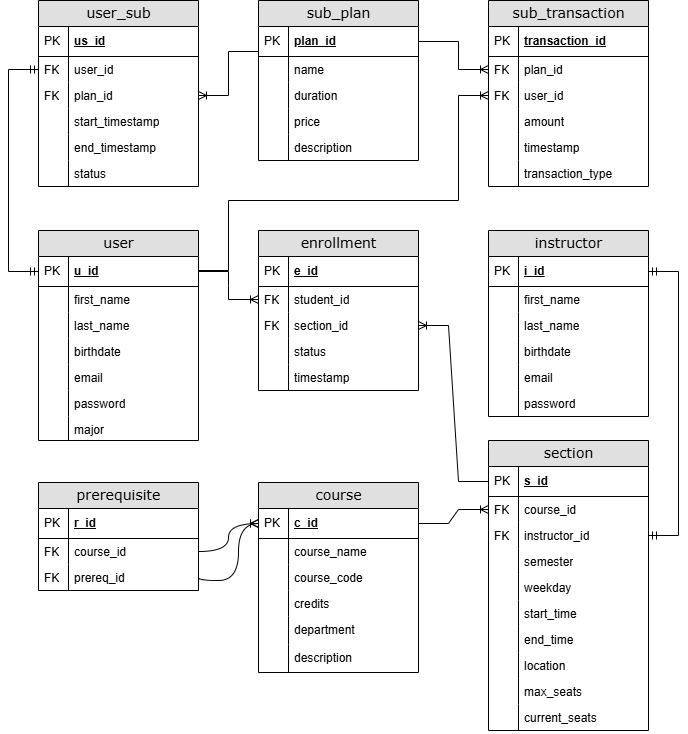
datasheng/csc336-teamproject-repo-five-guys keeps this draw.io diagram as diagrams/uml.png. Above is the earlier version. Source tidied: cells renumbered, new cells last; positions are measured from the earlier drawing's top-left corner, leaving out a move shared by most shapes.
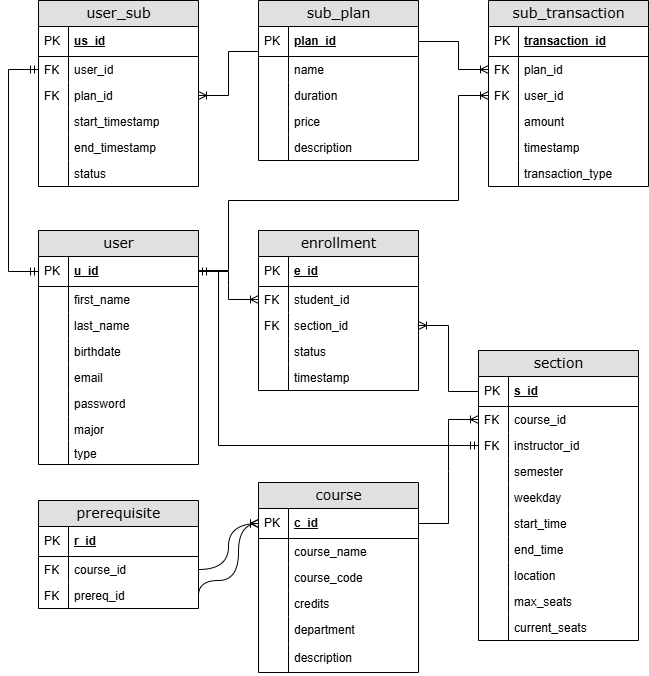
Above is the later version.

Diff of the diagram source:
```diff
@@ -3,7 +3,7 @@
     <mxCell id="0" />
     <mxCell id="1" parent="0" />
     <mxCell id="2" value="user" style="swimlane;html=1;fontStyle=0;horizontal=1;startSize=26;fillColor=#e0e0e0;swimlaneFillColor=#ffffff;align=center;rounded=0;shadow=0;comic=0;labelBackgroundColor=none;strokeWidth=1;fontFamily=Verdana;fontSize=14;" parent="1" vertex="1">
-      <mxGeometry x="30" y="230" width="160" height="210" as="geometry" />
+      <mxGeometry x="30" y="230" width="160" height="234" as="geometry" />
     </mxCell>
     <mxCell id="3" value="u_id" style="shape=partialRectangle;top=0;left=0;right=0;bottom=1;html=1;align=left;verticalAlign=middle;fillColor=none;spacingLeft=34;spacingRight=4;whiteSpace=wrap;overflow=hidden;points=[[0,0.5],[1,0.5]];portConstraint=eastwest;fontStyle=5;" parent="2" vertex="1">
       <mxGeometry y="26" width="160" height="30" as="geometry" />
@@ -47,47 +47,14 @@
     <mxCell id="16" style="shape=partialRectangle;top=0;left=0;bottom=0;html=1;fillColor=none;align=left;verticalAlign=top;spacingLeft=4;spacingRight=4;whiteSpace=wrap;overflow=hidden;" parent="15" vertex="1">
       <mxGeometry width="30" height="24" as="geometry" />
     </mxCell>
-    <mxCell id="17" value="instructor" style="swimlane;html=1;fontStyle=0;horizontal=1;startSize=26;fillColor=#e0e0e0;swimlaneFillColor=#ffffff;align=center;rounded=0;shadow=0;comic=0;labelBackgroundColor=none;strokeWidth=1;fontFamily=Verdana;fontSize=14;" parent="1" vertex="1">
-      <mxGeometry x="480" y="230" width="160" height="186" as="geometry" />
-    </mxCell>
-    <mxCell id="18" value="i_id" style="shape=partialRectangle;top=0;left=0;right=0;bottom=1;html=1;align=left;verticalAlign=middle;fillColor=none;spacingLeft=34;spacingRight=4;whiteSpace=wrap;overflow=hidden;points=[[0,0.5],[1,0.5]];portConstraint=eastwest;fontStyle=5;" parent="17" vertex="1">
-      <mxGeometry y="26" width="160" height="30" as="geometry" />
-    </mxCell>
-    <mxCell id="19" value="PK" style="shape=partialRectangle;top=0;left=0;bottom=0;html=1;fillColor=none;align=left;verticalAlign=middle;spacingLeft=4;spacingRight=4;whiteSpace=wrap;overflow=hidden;" parent="18" vertex="1">
-      <mxGeometry width="30" height="30" as="geometry" />
-    </mxCell>
-    <mxCell id="20" value="first_name" style="shape=partialRectangle;top=0;left=0;right=0;bottom=0;html=1;align=left;verticalAlign=top;fillColor=none;spacingLeft=34;spacingRight=4;whiteSpace=wrap;overflow=hidden;" parent="17" vertex="1">
-      <mxGeometry y="56" width="160" height="26" as="geometry" />
-    </mxCell>
-    <mxCell id="21" style="shape=partialRectangle;top=0;left=0;bottom=0;html=1;fillColor=none;align=left;verticalAlign=top;spacingLeft=4;spacingRight=4;whiteSpace=wrap;overflow=hidden;" parent="20" vertex="1">
-      <mxGeometry width="30" height="26" as="geometry" />
-    </mxCell>
-    <mxCell id="22" value="last_name" style="shape=partialRectangle;top=0;left=0;right=0;bottom=0;html=1;align=left;verticalAlign=top;fillColor=none;spacingLeft=34;spacingRight=4;whiteSpace=wrap;overflow=hidden;" parent="17" vertex="1">
-      <mxGeometry y="82" width="160" height="26" as="geometry" />
-    </mxCell>
-    <mxCell id="23" style="shape=partialRectangle;top=0;left=0;bottom=0;html=1;fillColor=none;align=left;verticalAlign=top;spacingLeft=4;spacingRight=4;whiteSpace=wrap;overflow=hidden;" parent="22" vertex="1">
-      <mxGeometry width="30" height="26" as="geometry" />
-    </mxCell>
-    <mxCell id="24" value="birthdate" style="shape=partialRectangle;top=0;left=0;right=0;bottom=0;html=1;align=left;verticalAlign=top;fillColor=none;spacingLeft=34;spacingRight=4;whiteSpace=wrap;overflow=hidden;" parent="17" vertex="1">
-      <mxGeometry y="108" width="160" height="26" as="geometry" />
-    </mxCell>
-    <mxCell id="25" style="shape=partialRectangle;top=0;left=0;bottom=0;html=1;fillColor=none;align=left;verticalAlign=top;spacingLeft=4;spacingRight=4;whiteSpace=wrap;overflow=hidden;" parent="24" vertex="1">
-      <mxGeometry width="30" height="26" as="geometry" />
-    </mxCell>
-    <mxCell id="26" value="email" style="shape=partialRectangle;top=0;left=0;right=0;bottom=0;html=1;align=left;verticalAlign=top;fillColor=none;spacingLeft=34;spacingRight=4;whiteSpace=wrap;overflow=hidden;" parent="17" vertex="1">
-      <mxGeometry y="134" width="160" height="26" as="geometry" />
-    </mxCell>
-    <mxCell id="27" style="shape=partialRectangle;top=0;left=0;bottom=0;html=1;fillColor=none;align=left;verticalAlign=top;spacingLeft=4;spacingRight=4;whiteSpace=wrap;overflow=hidden;" parent="26" vertex="1">
-      <mxGeometry width="30" height="26" as="geometry" />
-    </mxCell>
-    <mxCell id="28" value="password" style="shape=partialRectangle;top=0;left=0;right=0;bottom=0;html=1;align=left;verticalAlign=top;fillColor=none;spacingLeft=34;spacingRight=4;whiteSpace=wrap;overflow=hidden;" parent="17" vertex="1">
-      <mxGeometry y="160" width="160" height="26" as="geometry" />
-    </mxCell>
-    <mxCell id="29" style="shape=partialRectangle;top=0;left=0;bottom=0;html=1;fillColor=none;align=left;verticalAlign=top;spacingLeft=4;spacingRight=4;whiteSpace=wrap;overflow=hidden;" parent="28" vertex="1">
-      <mxGeometry width="30" height="26" as="geometry" />
-    </mxCell>
+    <mxCell id="129" value="type" style="shape=partialRectangle;top=0;left=0;right=0;bottom=0;html=1;align=left;verticalAlign=top;fillColor=none;spacingLeft=34;spacingRight=4;whiteSpace=wrap;overflow=hidden;" parent="2" vertex="1">
+      <mxGeometry y="210" width="160" height="24" as="geometry" />
+    </mxCell>
+    <mxCell id="130" style="shape=partialRectangle;top=0;left=0;bottom=0;html=1;fillColor=none;align=left;verticalAlign=top;spacingLeft=4;spacingRight=4;whiteSpace=wrap;overflow=hidden;" parent="129" vertex="1">
+      <mxGeometry width="30" height="24" as="geometry" />
+    </mxCell>
     <mxCell id="30" value="section" style="swimlane;html=1;fontStyle=0;horizontal=1;startSize=26;fillColor=#e0e0e0;swimlaneFillColor=#ffffff;align=center;rounded=0;shadow=0;comic=0;labelBackgroundColor=none;strokeWidth=1;fontFamily=Verdana;fontSize=14;" parent="1" vertex="1">
-      <mxGeometry x="480" y="440" width="160" height="290" as="geometry" />
+      <mxGeometry x="470" y="350" width="160" height="290" as="geometry" />
     </mxCell>
     <mxCell id="31" value="s_id" style="shape=partialRectangle;top=0;left=0;right=0;bottom=1;html=1;align=left;verticalAlign=middle;fillColor=none;spacingLeft=34;spacingRight=4;whiteSpace=wrap;overflow=hidden;points=[[0,0.5],[1,0.5]];portConstraint=eastwest;fontStyle=5;" parent="30" vertex="1">
       <mxGeometry y="26" width="160" height="30" as="geometry" />
@@ -233,13 +200,14 @@
       <mxGeometry width="30" height="28" as="geometry" />
     </mxCell>
     <mxCell id="77" style="edgeStyle=entityRelationEdgeStyle;fontSize=12;html=1;endArrow=ERoneToMany;rounded=0;exitX=1;exitY=0.5;exitDx=0;exitDy=0;entryX=0;entryY=0.5;entryDx=0;entryDy=0;" parent="1" edge="1" source="65" target="33">
-      <mxGeometry relative="1" as="geometry" />
+      <mxGeometry relative="1" as="geometry">
+        <Array as="points">
+          <mxPoint x="440" y="480" />
+        </Array>
+      </mxGeometry>
     </mxCell>
-    <mxCell id="78" style="edgeStyle=entityRelationEdgeStyle;fontSize=12;html=1;endArrow=ERmandOne;startArrow=ERmandOne;rounded=0;exitX=1;exitY=0.5;exitDx=0;exitDy=0;entryX=1;entryY=0.5;entryDx=0;entryDy=0;" parent="1" edge="1" source="35" target="18">
-      <mxGeometry relative="1" as="geometry" />
-    </mxCell>
     <mxCell id="79" value="prerequisite" style="swimlane;html=1;fontStyle=0;horizontal=1;startSize=26;fillColor=#e0e0e0;swimlaneFillColor=#ffffff;align=center;rounded=0;shadow=0;comic=0;labelBackgroundColor=none;strokeWidth=1;fontFamily=Verdana;fontSize=14;" parent="1" vertex="1">
-      <mxGeometry x="30" y="482" width="160" height="108" as="geometry" />
+      <mxGeometry x="30" y="500" width="160" height="108" as="geometry" />
     </mxCell>
     <mxCell id="80" value="r_id" style="shape=partialRectangle;top=0;left=0;right=0;bottom=1;html=1;align=left;verticalAlign=middle;fillColor=none;spacingLeft=34;spacingRight=4;whiteSpace=wrap;overflow=hidden;fontStyle=5;" parent="79" vertex="1">
       <mxGeometry y="26" width="160" height="30" as="geometry" />
@@ -417,5 +385,12 @@
         </Array>
       </mxGeometry>
     </mxCell>
+    <mxCell id="131" style="edgeStyle=elbowEdgeStyle;fontSize=12;html=1;endArrow=ERmandOne;startArrow=ERmandOne;rounded=0;entryX=1;entryY=0.5;entryDx=0;entryDy=0;exitX=0;exitY=0.5;exitDx=0;exitDy=0;" parent="1" edge="1" source="35" target="3">
+      <mxGeometry relative="1" as="geometry">
+        <Array as="points">
+          <mxPoint x="210" y="360" />
+        </Array>
+      </mxGeometry>
+    </mxCell>
   </root>
 </mxGraphModel>
```
